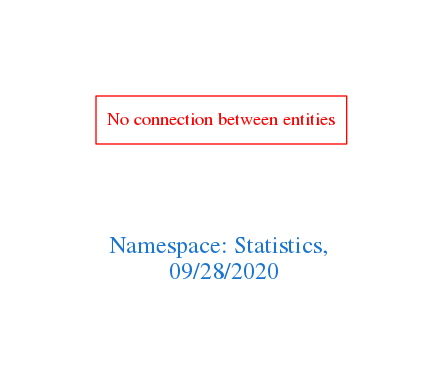
Earlier version of the Graphviz export downloads/Statistics.png (arago/OGIT). Its source is kept beside it as downloads/Statistics.dot.
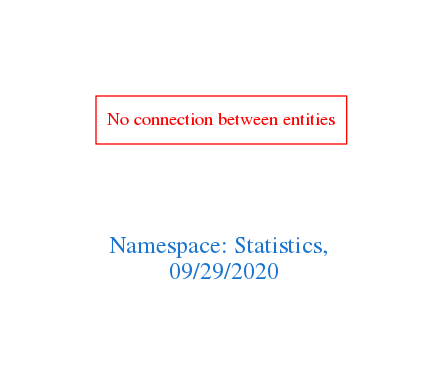
After the change.

Diff of the diagram source:
```diff
@@ -1,7 +1,7 @@
 digraph OGIT_ontology {
  graph [ rankdir= LR,pad=1
 fontsize = 18,
-fontcolor= dodgerblue3,label = "\n\n\nNamespace: Statistics, \n 09/28/2020"];
+fontcolor= dodgerblue3,label = "\n\n\nNamespace: Statistics, \n 09/29/2020"];
 node[shape=polygon];
 edge [  color="gray81"];
 
```
